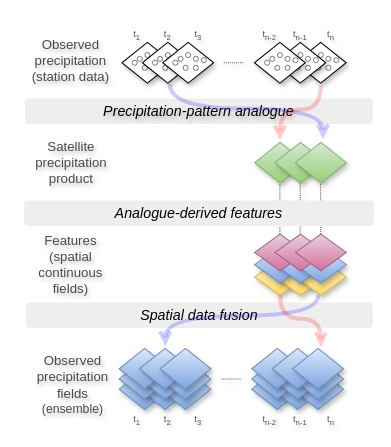
adrHuerta/diagrams keeps this draw.io diagram as grid-workflow.drawio. Above is the earlier version. Source tidied: cells renumbered, new cells numbered last; positions are measured from the earlier drawing's top-left corner, leaving out a move shared by most shapes. Both pictures are drawn from the tidied source at 102%, with x=0, y=0 at pixel (23, 21).
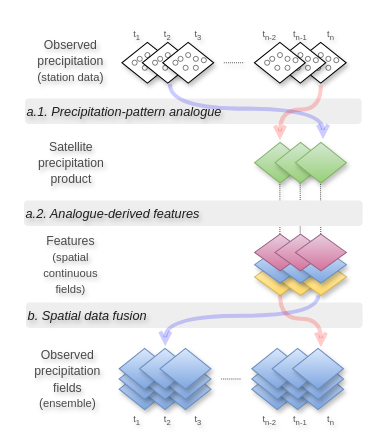
The same page after the edit.

Unchanged cells that the change refers to:
```xml
<mxCell id="39" style="group;" parent="38" vertex="1">
  <mxGeometry x="-20" width="226" height="356.5" as="geometry" />
</mxCell>
<mxCell id="66" style="rhombus;whiteSpace=wrap;html=1;fillColor=#e6d0de;strokeColor=#996185;gradientColor=#d5739d;" parent="57" vertex="1">
  <mxGeometry x="40" width="50" height="36" as="geometry" />
</mxCell>
<mxCell id="67" style="group;" parent="39" vertex="1">
  <mxGeometry x="110.1" y="98" width="90" height="40" as="geometry" />
</mxCell>
```

Change to the diagram source:
```diff
@@
-    <mxCell id="2" style="endArrow=none;dashed=1;html=1;strokeWidth=1;rounded=0;dashPattern=1 1;strokeColor=light-dark(#595959, #ededed);shadow=1;exitX=0.498;exitY=0.555;exitDx=0;exitDy=0;exitPerimeter=0;" parent="1" edge="1" source="66">
+    <mxCell id="2" style="endArrow=none;dashed=1;html=1;strokeWidth=1;rounded=0;dashPattern=1 1;strokeColor=light-dark(#595959, #ededed);shadow=1;exitX=0.498;exitY=0.555;exitDx=0;exitDy=0;exitPerimeter=0;textShadow=1;" parent="1" edge="1" source="66">
       <mxGeometry relative="1" as="geometry">
         <mxPoint x="290.8" y="150" as="targetPoint" />
       </mxGeometry>
     </mxCell>
-    <mxCell id="3" style="endArrow=none;dashed=1;html=1;strokeWidth=1;rounded=0;dashPattern=1 1;strokeColor=light-dark(#595959, #ededed);shadow=1;exitX=0.094;exitY=0.349;exitDx=0;exitDy=0;exitPerimeter=0;" parent="1" edge="1" source="66">
+    <mxCell id="3" style="endArrow=none;dashed=1;html=1;strokeWidth=1;rounded=0;dashPattern=1 1;strokeColor=light-dark(#595959, #ededed);shadow=1;exitX=0.094;exitY=0.349;exitDx=0;exitDy=0;exitPerimeter=0;textShadow=1;" parent="1" edge="1" source="66">
       <mxGeometry relative="1" as="geometry">
         <mxPoint x="270.8" y="150" as="targetPoint" />
       </mxGeometry>
     </mxCell>
-    <mxCell id="4" style="endArrow=none;dashed=1;html=1;strokeWidth=1;rounded=0;dashPattern=1 1;strokeColor=light-dark(#595959, #ededed);shadow=1;exitX=0;exitY=0.5;exitDx=0;exitDy=0;" parent="1" edge="1">
+    <mxCell id="4" style="endArrow=none;dashed=1;html=1;strokeWidth=1;rounded=0;dashPattern=1 1;strokeColor=light-dark(#595959, #ededed);shadow=1;exitX=0;exitY=0.5;exitDx=0;exitDy=0;textShadow=1;" parent="1" edge="1">
       <mxGeometry relative="1" as="geometry">
         <mxPoint x="250.9" y="208" as="sourcePoint" />
         <mxPoint x="250.9" y="150" as="targetPoint" />
       </mxGeometry>
     </mxCell>
-    <mxCell id="5" value="&lt;font&gt;Observed &lt;br&gt;precipitation &lt;br&gt;(station data)&lt;/font&gt;" style="text;html=1;align=center;verticalAlign=middle;whiteSpace=wrap;rounded=0;rotation=0;fontStyle=0;fontColor=#4A4A4A;fontSize=13;shadow=1;textShadow=1;labelBorderColor=none;labelBackgroundColor=none;" parent="1" vertex="1">
+    <mxCell id="5" value="&lt;font&gt;&lt;font style=&quot;font-size: 12px;&quot;&gt;Observed &lt;br&gt;precipitation &lt;/font&gt;&lt;br&gt;&lt;font style=&quot;font-size: 12px;&quot;&gt;(&lt;/font&gt;&lt;font style=&quot;font-size: 11px;&quot;&gt;station data&lt;/font&gt;&lt;font style=&quot;font-size: 12px;&quot;&gt;)&lt;/font&gt;&lt;/font&gt;" style="text;html=1;align=center;verticalAlign=middle;whiteSpace=wrap;rounded=0;rotation=0;fontStyle=0;fontColor=#4A4A4A;fontSize=13;shadow=1;textShadow=1;labelBorderColor=none;labelBackgroundColor=none;" parent="1" vertex="1">
       <mxGeometry x="1" width="90" height="75" as="geometry" />
     </mxCell>
-    <mxCell id="6" value="&lt;span&gt;&lt;br&gt;Satellite &lt;br&gt;precipitation product&lt;br&gt;&lt;br&gt;&lt;/span&gt;" style="text;html=1;align=center;verticalAlign=middle;whiteSpace=wrap;rounded=0;rotation=0;fontStyle=0;fontColor=#4A4A4A;fontSize=13;shadow=1;textShadow=1;labelBorderColor=none;labelBackgroundColor=none;" parent="1" vertex="1">
+    <mxCell id="6" value="&lt;span&gt;&lt;br&gt;&lt;font style=&quot;font-size: 12px;&quot;&gt;Satellite &lt;br&gt;precipitation product&lt;/font&gt;&lt;br&gt;&lt;br&gt;&lt;/span&gt;" style="text;html=1;align=center;verticalAlign=middle;whiteSpace=wrap;rounded=0;rotation=0;fontStyle=0;fontColor=#4A4A4A;fontSize=13;shadow=1;textShadow=1;labelBorderColor=none;labelBackgroundColor=none;" parent="1" vertex="1">
       <mxGeometry x="2" y="100" width="89.1" height="75" as="geometry" />
     </mxCell>
-    <mxCell id="7" value="Features&lt;br&gt;(spatial&lt;br&gt;continuous fields)" style="text;html=1;align=center;verticalAlign=middle;whiteSpace=wrap;rounded=0;rotation=0;fontStyle=0;fontColor=#4A4A4A;fontSize=13;shadow=1;textShadow=1;labelBorderColor=none;labelBackgroundColor=none;" parent="1" vertex="1">
+    <mxCell id="7" value="&lt;font style=&quot;&quot;&gt;&lt;font style=&quot;font-size: 12px;&quot;&gt;Features&lt;/font&gt;&lt;br&gt;&lt;font style=&quot;font-size: 11px;&quot;&gt;(spatial&lt;br&gt;continuous&lt;br&gt;fields)&lt;/font&gt;&lt;/font&gt;" style="text;html=1;align=center;verticalAlign=middle;whiteSpace=wrap;rounded=0;rotation=0;fontStyle=0;fontColor=#4A4A4A;fontSize=13;shadow=1;textShadow=1;labelBorderColor=none;labelBackgroundColor=none;" parent="1" vertex="1">
       <mxGeometry x="1" y="200" width="90.1" height="75" as="geometry" />
     </mxCell>
@@
-    <mxCell id="70" style="rhombus;whiteSpace=wrap;html=1;fillColor=#d5e8d4;strokeColor=#82b366;gradientColor=#97d077;shadow=1;" parent="67" vertex="1">
+    <mxCell id="70" style="rhombus;whiteSpace=wrap;html=1;fillColor=#d5e8d4;strokeColor=#82b366;gradientColor=#97d077;shadow=1;labelBorderColor=none;labelBackgroundColor=none;textShadow=0;" parent="67" vertex="1">
       <mxGeometry x="40" width="50" height="40" as="geometry" />
     </mxCell>
-    <mxCell id="71" value="Spatial data fusion" style="text;whiteSpace=wrap;html=1;verticalAlign=middle;align=center;fontFamily=Helvetica;fontSize=14;fontStyle=2;labelBorderColor=none;labelBackgroundColor=none;horizontal=1;fillColor=#eeeeee;strokeColor=none;rounded=1;" parent="39" vertex="1">
-      <mxGeometry x="-114" y="255" width="340" height="25" as="geometry" />
+    <mxCell id="71" value="&lt;span&gt;&lt;font style=&quot;color: rgb(30, 30, 30); font-size: 12.5px;&quot;&gt;b. Spatial data fusion&lt;/font&gt;&lt;/span&gt;" style="text;whiteSpace=wrap;html=1;verticalAlign=middle;align=left;fontFamily=Helvetica;fontSize=14;fontStyle=2;labelBorderColor=none;labelBackgroundColor=none;horizontal=1;fillColor=#eeeeee;strokeColor=none;rounded=1;textShadow=1;" parent="39" vertex="1">
+      <mxGeometry x="-114" y="255" width="330" height="25" as="geometry" />
     </mxCell>
-    <mxCell id="72" value="Precipitation-pattern analogue" style="text;verticalAlign=middle;align=center;fillColor=#eeeeee;strokeColor=none;rounded=1;glass=0;shadow=0;fontStyle=2;horizontal=1;labelBackgroundColor=none;labelBorderColor=none;textShadow=1;whiteSpace=wrap;html=1;convertToSvg=0;fontSize=14;" parent="39" vertex="1">
-      <mxGeometry x="-115" y="55" width="341" height="25" as="geometry" />
+    <mxCell id="72" value="&lt;div style=&quot;&quot;&gt;&lt;span style=&quot;&quot;&gt;&lt;font style=&quot;color: light-dark(rgb(30, 30, 30), rgb(255, 255, 255)); font-size: 12.5px;&quot;&gt;a.1. Precipitation-pattern analogue&lt;/font&gt;&lt;/span&gt;&lt;/div&gt;" style="text;verticalAlign=middle;align=left;fillColor=#eeeeee;strokeColor=none;rounded=1;glass=0;shadow=0;fontStyle=2;horizontal=1;labelBackgroundColor=none;labelBorderColor=none;textShadow=1;whiteSpace=wrap;html=1;convertToSvg=0;fontSize=14;autosizeText=0;" parent="39" vertex="1">
+      <mxGeometry x="-115" y="55" width="330" height="25" as="geometry" />
     </mxCell>
-    <mxCell id="73" style="edgeStyle=orthogonalEdgeStyle;rounded=0;orthogonalLoop=1;jettySize=auto;html=1;endArrow=open;endFill=0;strokeColor=#0000FF;strokeWidth=4;curved=1;opacity=20;" parent="39" edge="1">
+    <mxCell id="73" style="edgeStyle=orthogonalEdgeStyle;rounded=0;orthogonalLoop=1;jettySize=auto;html=1;endArrow=open;endFill=0;strokeColor=#0000FF;strokeWidth=4;curved=1;opacity=20;textShadow=0;" parent="39" edge="1">
       <mxGeometry relative="1" as="geometry">
         <mxPoint x="27.1" y="41" as="sourcePoint" />
         <mxPoint x="177.2" y="95" as="targetPoint" />
         <Array as="points">
           <mxPoint x="27.2" y="65" />
           <mxPoint x="177.2" y="65" />
         </Array>
       </mxGeometry>
     </mxCell>
@@
-    <mxCell id="86" value="Analogue-derived features" style="text;whiteSpace=wrap;html=1;verticalAlign=middle;align=center;fontFamily=Helvetica;fontSize=14;fontStyle=2;labelBorderColor=none;labelBackgroundColor=none;horizontal=1;fillColor=#eeeeee;strokeColor=none;rounded=1;glass=0;" parent="1" vertex="1">
-      <mxGeometry y="175" width="343" height="25" as="geometry" />
+    <mxCell id="86" value="&lt;div style=&quot;&quot;&gt;&lt;font style=&quot;color: light-dark(rgb(30, 30, 30), rgb(255, 255, 255)); font-size: 12.5px;&quot;&gt;a.2. Analogue-derived&amp;nbsp;features&lt;/font&gt;&lt;/div&gt;" style="text;whiteSpace=wrap;html=1;verticalAlign=middle;align=left;fontFamily=Helvetica;fontSize=14;fontStyle=2;labelBorderColor=none;labelBackgroundColor=none;horizontal=1;fillColor=#eeeeee;strokeColor=none;rounded=1;glass=0;textShadow=1;" parent="1" vertex="1">
+      <mxGeometry y="175" width="332" height="25" as="geometry" />
     </mxCell>
-    <mxCell id="87" value="&lt;span&gt;Observed &lt;br&gt;precipitation fields&lt;br&gt;&lt;font style=&quot;&quot;&gt;&lt;span style=&quot;font-size: 12px;&quot;&gt;(ensemble)&lt;/span&gt;&lt;/font&gt;&lt;/span&gt;" style="text;html=1;align=center;verticalAlign=middle;whiteSpace=wrap;rounded=0;rotation=0;fontStyle=0;fontColor=#4A4A4A;fontSize=13;shadow=1;textShadow=1;labelBorderColor=none;labelBackgroundColor=none;" parent="1" vertex="1">
-      <mxGeometry x="3.2" y="318" width="90.1" height="75" as="geometry" />
+    <mxCell id="87" value="&lt;span&gt;&lt;font style=&quot;font-size: 12px;&quot;&gt;Observed &lt;br&gt;precipitation&lt;/font&gt; &lt;font style=&quot;font-size: 12px;&quot;&gt;fields&lt;/font&gt;&lt;br&gt;&lt;font style=&quot;&quot;&gt;&lt;span style=&quot;font-size: 12px;&quot;&gt;(&lt;/span&gt;&lt;font style=&quot;font-size: 11px;&quot;&gt;ensemble&lt;/font&gt;&lt;span style=&quot;font-size: 12px;&quot;&gt;)&lt;/span&gt;&lt;/font&gt;&lt;/span&gt;" style="text;html=1;align=center;verticalAlign=middle;whiteSpace=wrap;rounded=0;rotation=0;fontStyle=0;fontColor=#4A4A4A;fontSize=13;shadow=1;textShadow=1;labelBorderColor=none;labelBackgroundColor=none;" parent="1" vertex="1">
+      <mxGeometry x="-2" y="312.5" width="90.1" height="75" as="geometry" />
     </mxCell>
```
